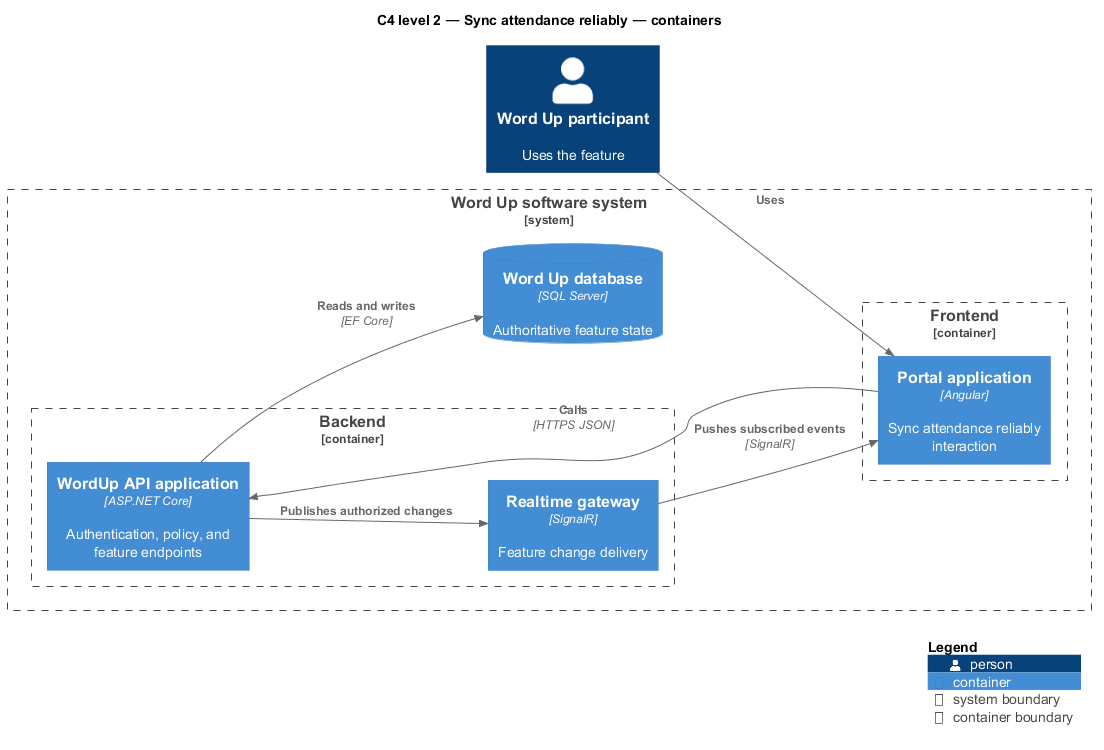
QuinntyneBrown/waypoint keeps this PlantUML diagram as docs/detailed-designs/non-functional/sync-attendance-reliably/diagrams/c4-container.png. Above is the earlier version.
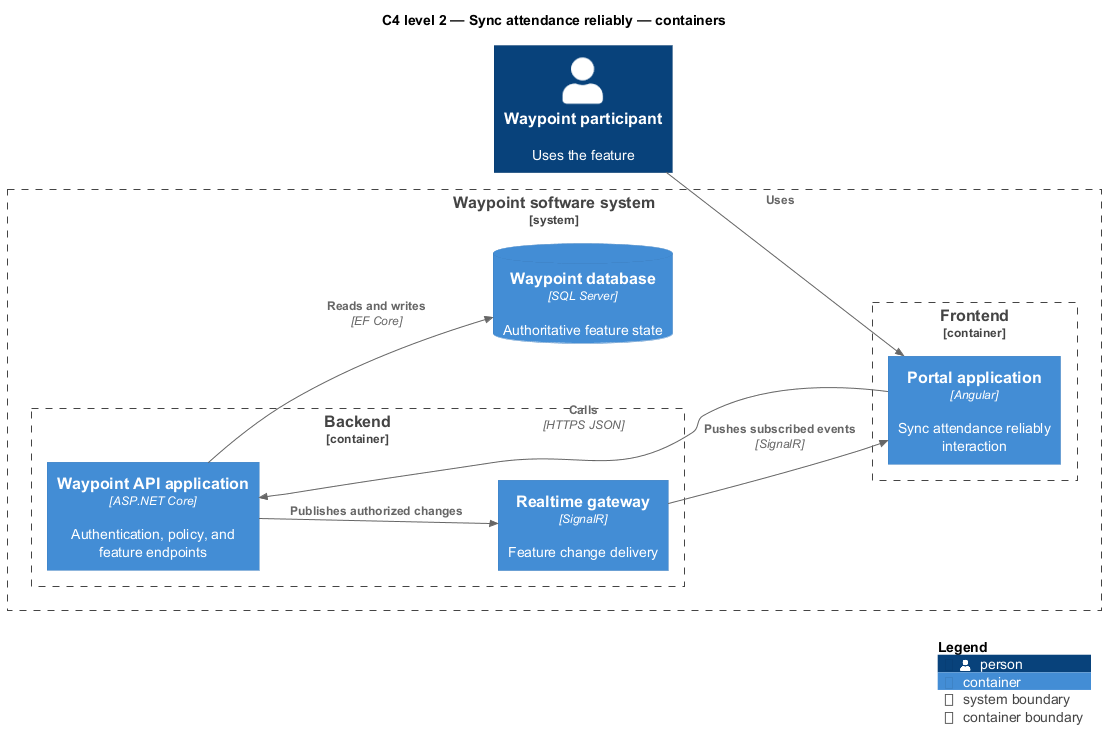
After the change.

Change to the diagram source:
```diff
@@ -2,16 +2,16 @@
 !include <C4/C4_Component>
 LAYOUT_LEFT_RIGHT()
 title C4 level 2 — Sync attendance reliably — containers
-Person(primary, "Word Up participant", "Uses the feature")
-System_Boundary(wordup, "Word Up software system") {
+Person(primary, "Waypoint participant", "Uses the feature")
+System_Boundary(waypoint, "Waypoint software system") {
   Container_Boundary(frontend, "Frontend") {
     Container(app1, "Portal application", "Angular", "Sync attendance reliably interaction")
   }
   Container_Boundary(backend, "Backend") {
-    Container(api, "WordUp API application", "ASP.NET Core", "Authentication, policy, and feature endpoints")
+    Container(api, "Waypoint API application", "ASP.NET Core", "Authentication, policy, and feature endpoints")
     Container(realtime, "Realtime gateway", "SignalR", "Feature change delivery")
   }
-  ContainerDb(db, "Word Up database", "SQL Server", "Authoritative feature state")
+  ContainerDb(db, "Waypoint database", "SQL Server", "Authoritative feature state")
 }
 Rel(primary, app1, "Uses")
 Rel(app1, api, "Calls", "HTTPS JSON")
```
